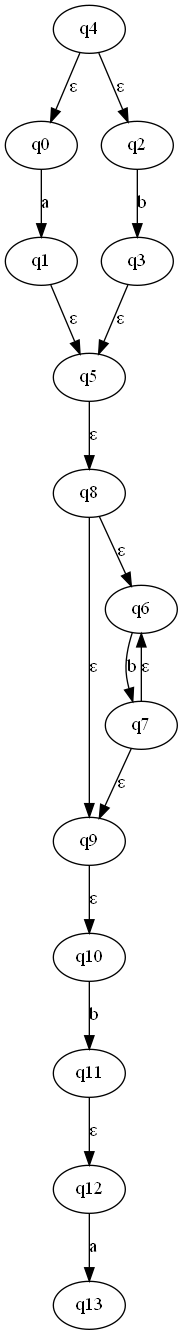
Before: Digraph.gv.png, a diagram exported from Graphviz (VictorRodriguez/Computational-Methods). Its source is kept beside it as Digraph.gv.
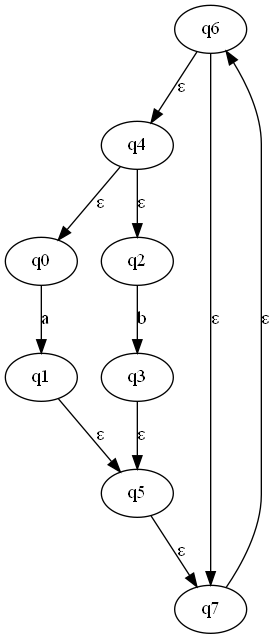
After the change.

Diff of the diagram source:
```diff
@@ -1,18 +1,12 @@
 digraph {
-	q9 -> q10 [label="ε"]
-	q5 -> q8 [label="ε"]
+	q6 -> q4 [label="ε"]
+	q6 -> q7 [label="ε"]
+	q5 -> q7 [label="ε"]
+	q7 -> q6 [label="ε"]
 	q4 -> q0 [label="ε"]
 	q4 -> q2 [label="ε"]
 	q1 -> q5 [label="ε"]
 	q3 -> q5 [label="ε"]
 	q0 -> q1 [label=a]
 	q2 -> q3 [label=b]
-	q8 -> q6 [label="ε"]
-	q8 -> q9 [label="ε"]
-	q7 -> q9 [label="ε"]
-	q7 -> q6 [label="ε"]
-	q6 -> q7 [label=b]
-	q11 -> q12 [label="ε"]
-	q10 -> q11 [label=b]
-	q12 -> q13 [label=a]
 }
```
